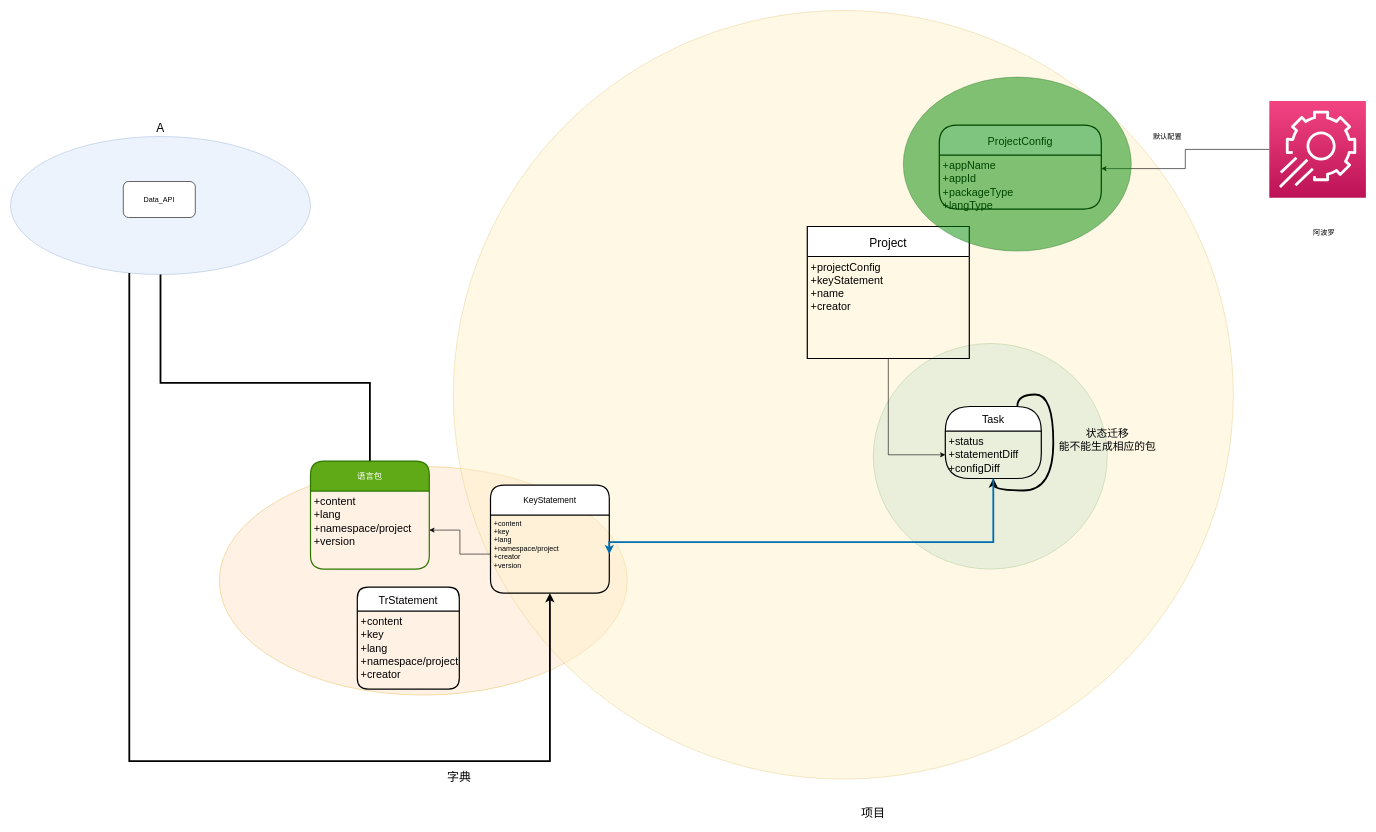
This is craft/d3.drawio from feihu618/drawio, a draw.io file, before an edit. Source tidied: cells renumbered, new cells numbered last; positions are measured from the earlier drawing's top-left corner, leaving out a move shared by most shapes. Both pictures are drawn from the tidied source at 60%, with x=0, y=0 at pixel (10, 10).
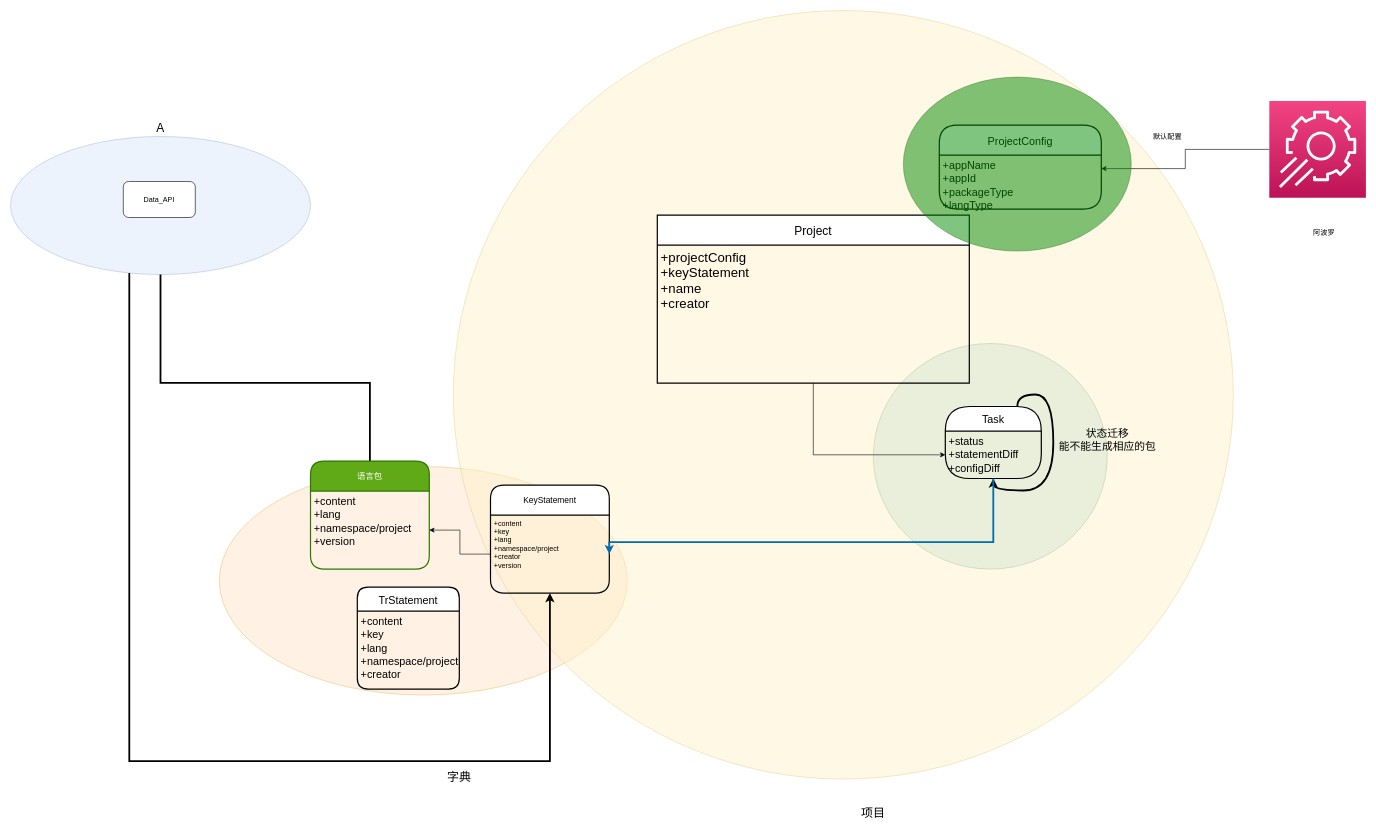
After the change.

Diff of the diagram source:
```diff
@@
     <mxCell id="12" value="Project" style="swimlane;horizontal=1;startSize=50;rounded=1;fontSize=20;fontStyle=0;strokeWidth=2;shadow=0;dashed=0;align=center;arcSize=0;" parent="1" vertex="1">
-      <mxGeometry x="1328" y="360" width="270" height="220" as="geometry" />
+      <mxGeometry x="1078" y="341" width="520" height="280" as="geometry" />
     </mxCell>
-    <mxCell id="13" value="+projectConfig&#10;+keyStatement&#10;+name&#10;+creator" style="align=left;strokeColor=none;fillColor=none;spacingLeft=4;fontSize=18;verticalAlign=top;" parent="12" vertex="1">
-      <mxGeometry y="50" width="270" height="170" as="geometry" />
+    <mxCell id="13" value="+projectConfig&#10;+keyStatement&#10;+name&#10;+creator" style="align=left;strokeColor=none;fillColor=none;spacingLeft=4;fontSize=22;verticalAlign=top;" parent="12" vertex="1">
+      <mxGeometry y="50" width="520" height="230" as="geometry" />
     </mxCell>
```
